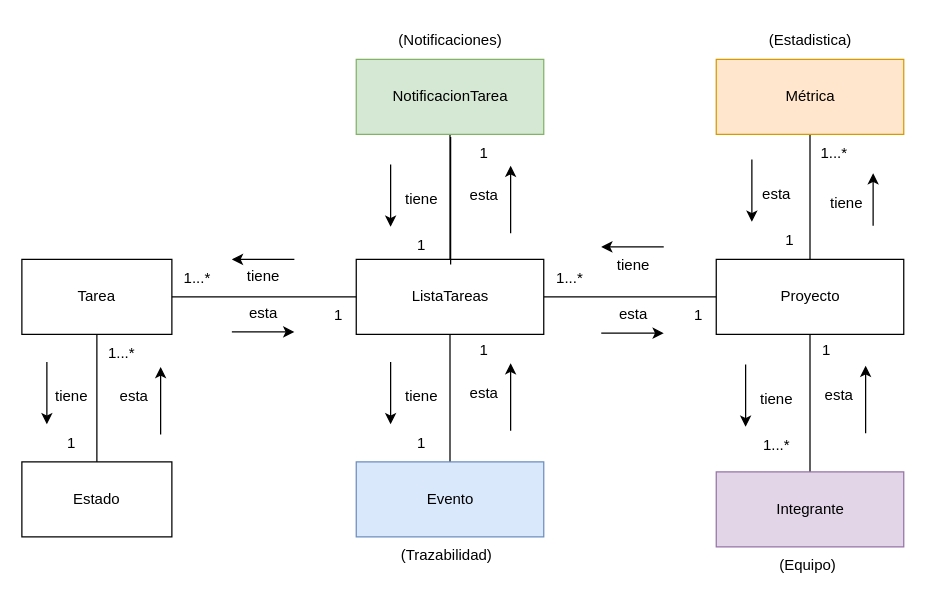
The draw.io diagram page "AnemicModelProjects" (3 of 13) of CoTasker_BoundedContext.drawio in Migue1409-KP/DOO-working-group, before the edit. Source tidied: cells renumbered, new cells numbered last; positions are measured from the earlier drawing's top-left corner, leaving out a move shared by most shapes. Both pictures are drawn from the tidied source at 125%, with x=0, y=0 at pixel (21, 21).
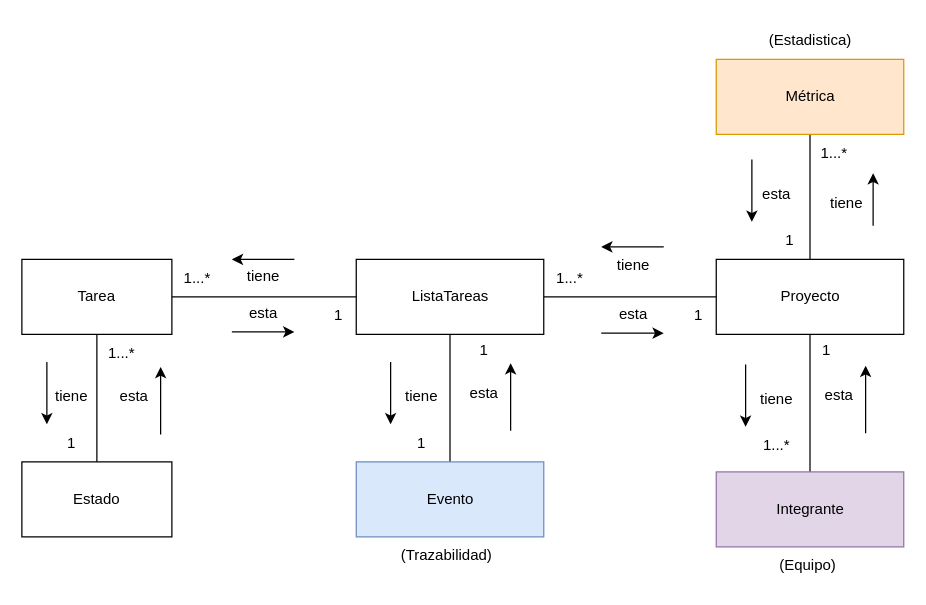
Above is the later version.

The change refers to these unchanged cells:
```xml
<mxCell id="20" value="ListaTareas" style="rounded=0;whiteSpace=wrap;html=1;" parent="1" vertex="1">
  <mxGeometry x="267.5" y="190" width="150" height="60" as="geometry" />
</mxCell>
```

What changed in the source:
```diff
@@
-    <mxCell id="19" style="edgeStyle=orthogonalEdgeStyle;rounded=0;jettySize=auto;html=1;entryX=0.5;entryY=1;entryDx=0;entryDy=0;endArrow=none;endFill=0;" parent="1" edge="1" source="20" target="47">
-      <mxGeometry relative="1" as="geometry" />
-    </mxCell>
@@
-    <mxCell id="47" value="NotificacionTarea" style="rounded=0;whiteSpace=wrap;html=1;fillColor=#d5e8d4;strokeColor=#82b366;" parent="1" vertex="1">
-      <mxGeometry x="267.5" y="30" width="150" height="60" as="geometry" />
-    </mxCell>
-    <mxCell id="48" value="(Notificaciones)" style="text;html=1;strokeColor=none;fillColor=none;align=center;verticalAlign=middle;whiteSpace=wrap;rounded=0;" parent="1" vertex="1">
-      <mxGeometry x="312.5" width="60" height="30" as="geometry" />
-    </mxCell>
@@
-    <mxCell id="50" style="edgeStyle=orthogonalEdgeStyle;rounded=0;orthogonalLoop=1;jettySize=auto;html=1;entryX=0.5;entryY=0;entryDx=0;entryDy=0;endArrow=none;endFill=0;" parent="1" edge="1">
-      <mxGeometry relative="1" as="geometry">
-        <mxPoint x="343" y="92" as="sourcePoint" />
-        <mxPoint x="343" y="194" as="targetPoint" />
-      </mxGeometry>
-    </mxCell>
-    <mxCell id="51" value="esta" style="text;html=1;strokeColor=none;fillColor=none;align=center;verticalAlign=middle;whiteSpace=wrap;rounded=0;" parent="1" vertex="1">
-      <mxGeometry x="350" y="124" width="40" height="30" as="geometry" />
-    </mxCell>
-    <mxCell id="52" style="endArrow=classic;html=1;rounded=0;exitX=0.75;exitY=1;exitDx=0;exitDy=0;" parent="1" edge="1">
-      <mxGeometry relative="1" as="geometry">
-        <mxPoint x="391" y="169" as="sourcePoint" />
-        <mxPoint x="391" y="115" as="targetPoint" />
-      </mxGeometry>
-    </mxCell>
-    <mxCell id="53" value="tiene" style="text;html=1;strokeColor=none;fillColor=none;align=center;verticalAlign=middle;whiteSpace=wrap;rounded=0;" parent="1" vertex="1">
-      <mxGeometry x="290" y="127" width="60" height="30" as="geometry" />
-    </mxCell>
-    <mxCell id="54" style="endArrow=classic;html=1;rounded=0;" parent="1" edge="1">
-      <mxGeometry relative="1" as="geometry">
-        <mxPoint x="295" y="154" as="sourcePoint" />
-        <mxPoint x="295" y="164" as="targetPoint" />
-        <Array as="points">
-          <mxPoint x="295" y="114" />
-        </Array>
-      </mxGeometry>
-    </mxCell>
-    <mxCell id="55" value="1" style="text;html=1;strokeColor=none;fillColor=none;align=center;verticalAlign=middle;whiteSpace=wrap;rounded=0;" parent="1" vertex="1">
-      <mxGeometry x="290" y="164" width="60" height="30" as="geometry" />
-    </mxCell>
-    <mxCell id="56" value="1" style="text;html=1;strokeColor=none;fillColor=none;align=center;verticalAlign=middle;whiteSpace=wrap;rounded=0;" parent="1" vertex="1">
-      <mxGeometry x="340" y="90" width="60" height="30" as="geometry" />
-    </mxCell>
```
